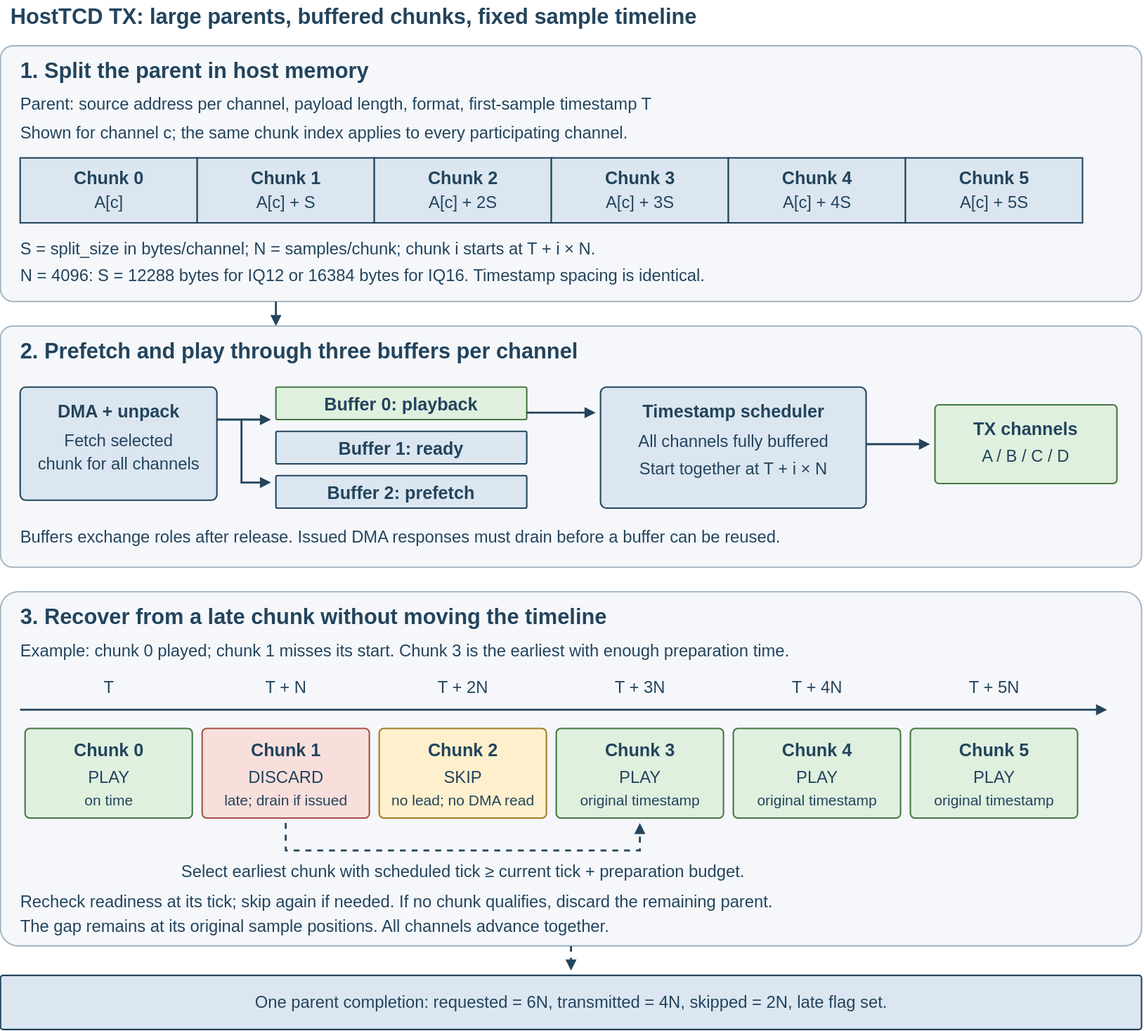
myriadrf/LimeDFB keeps this draw.io diagram as docs/docs/host_tcd_tx/images/host_tcd_tx_chunks.drawio.svg. Above is the earlier version. Source tidied: cells renumbered, new cells last; positions are measured from the earlier drawing's top-left corner, leaving out a move shared by most shapes.
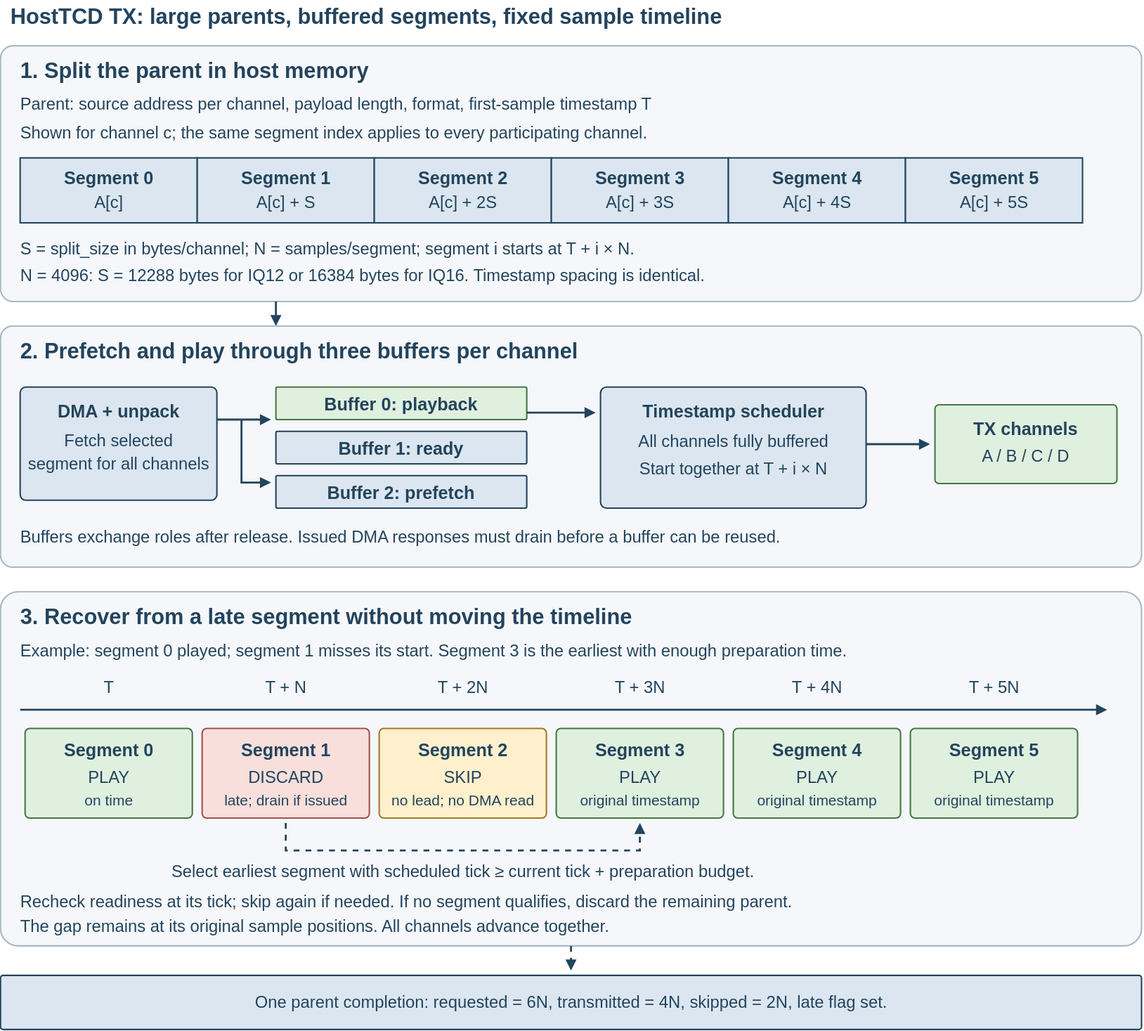
The same file after the commit.

Commit message:
docs: host_tcd_tx wip

Diff of the diagram source:
```diff
@@ -4,3 +4,3 @@
     <mxCell id="1" parent="0" />
-    <mxCell id="2" value="HostTCD TX: large parents, buffered chunks, fixed sample timeline" style="text;html=0;strokeColor=none;fillColor=none;align=left;verticalAlign=middle;whiteSpace=nowrap;overflow=visible;spacing=0;fontFamily=Helvetica;fontColor=#23445d;fontSize=22;fontStyle=1;" parent="1" vertex="1">
+    <mxCell id="2" value="HostTCD TX: large parents, buffered segments, fixed sample timeline" style="text;html=0;strokeColor=none;fillColor=none;align=left;verticalAlign=middle;whiteSpace=nowrap;overflow=visible;spacing=0;fontFamily=Helvetica;fontColor=#23445d;fontSize=22;fontStyle=1;" parent="1" vertex="1">
       <mxGeometry x="10" width="885" height="28" as="geometry" />
@@ -16,3 +16,3 @@
     </mxCell>
-    <mxCell id="6" value="Shown for channel c; the same chunk index applies to every participating channel." style="text;html=0;strokeColor=none;fillColor=none;align=left;verticalAlign=middle;whiteSpace=nowrap;overflow=visible;spacing=0;fontFamily=Helvetica;fontColor=#23445d;fontSize=17;fontStyle=0;" parent="1" vertex="1">
+    <mxCell id="6" value="Shown for channel c; the same segment index applies to every participating channel." style="text;html=0;strokeColor=none;fillColor=none;align=left;verticalAlign=middle;whiteSpace=nowrap;overflow=visible;spacing=0;fontFamily=Helvetica;fontColor=#23445d;fontSize=17;fontStyle=0;" parent="1" vertex="1">
       <mxGeometry x="20" y="121" width="852" height="23" as="geometry" />
@@ -22,3 +22,3 @@
     </mxCell>
-    <mxCell id="8" value="Chunk 0" style="text;html=0;strokeColor=none;fillColor=none;align=center;verticalAlign=middle;whiteSpace=nowrap;overflow=visible;spacing=0;fontFamily=Helvetica;fontColor=#23445d;fontSize=18;fontStyle=1;" parent="1" vertex="1">
+    <mxCell id="8" value="Segment 0" style="text;html=0;strokeColor=none;fillColor=none;align=center;verticalAlign=middle;whiteSpace=nowrap;overflow=visible;spacing=0;fontFamily=Helvetica;fontColor=#23445d;fontSize=18;fontStyle=1;" parent="1" vertex="1">
       <mxGeometry x="65.5" y="167" width="89" height="24" as="geometry" />
@@ -31,3 +31,3 @@
     </mxCell>
-    <mxCell id="11" value="Chunk 1" style="text;html=0;strokeColor=none;fillColor=none;align=center;verticalAlign=middle;whiteSpace=nowrap;overflow=visible;spacing=0;fontFamily=Helvetica;fontColor=#23445d;fontSize=18;fontStyle=1;" parent="1" vertex="1">
+    <mxCell id="11" value="Segment 1" style="text;html=0;strokeColor=none;fillColor=none;align=center;verticalAlign=middle;whiteSpace=nowrap;overflow=visible;spacing=0;fontFamily=Helvetica;fontColor=#23445d;fontSize=18;fontStyle=1;" parent="1" vertex="1">
       <mxGeometry x="245.5" y="167" width="89" height="24" as="geometry" />
@@ -40,3 +40,3 @@
     </mxCell>
-    <mxCell id="14" value="Chunk 2" style="text;html=0;strokeColor=none;fillColor=none;align=center;verticalAlign=middle;whiteSpace=nowrap;overflow=visible;spacing=0;fontFamily=Helvetica;fontColor=#23445d;fontSize=18;fontStyle=1;" parent="1" vertex="1">
+    <mxCell id="14" value="Segment 2" style="text;html=0;strokeColor=none;fillColor=none;align=center;verticalAlign=middle;whiteSpace=nowrap;overflow=visible;spacing=0;fontFamily=Helvetica;fontColor=#23445d;fontSize=18;fontStyle=1;" parent="1" vertex="1">
       <mxGeometry x="425.5" y="167" width="89" height="24" as="geometry" />
@@ -49,3 +49,3 @@
     </mxCell>
-    <mxCell id="17" value="Chunk 3" style="text;html=0;strokeColor=none;fillColor=none;align=center;verticalAlign=middle;whiteSpace=nowrap;overflow=visible;spacing=0;fontFamily=Helvetica;fontColor=#23445d;fontSize=18;fontStyle=1;" parent="1" vertex="1">
+    <mxCell id="17" value="Segment 3" style="text;html=0;strokeColor=none;fillColor=none;align=center;verticalAlign=middle;whiteSpace=nowrap;overflow=visible;spacing=0;fontFamily=Helvetica;fontColor=#23445d;fontSize=18;fontStyle=1;" parent="1" vertex="1">
       <mxGeometry x="605.5" y="167" width="89" height="24" as="geometry" />
@@ -58,3 +58,3 @@
     </mxCell>
-    <mxCell id="20" value="Chunk 4" style="text;html=0;strokeColor=none;fillColor=none;align=center;verticalAlign=middle;whiteSpace=nowrap;overflow=visible;spacing=0;fontFamily=Helvetica;fontColor=#23445d;fontSize=18;fontStyle=1;" parent="1" vertex="1">
+    <mxCell id="20" value="Segment 4" style="text;html=0;strokeColor=none;fillColor=none;align=center;verticalAlign=middle;whiteSpace=nowrap;overflow=visible;spacing=0;fontFamily=Helvetica;fontColor=#23445d;fontSize=18;fontStyle=1;" parent="1" vertex="1">
       <mxGeometry x="785.5" y="167" width="89" height="24" as="geometry" />
@@ -67,3 +67,3 @@
     </mxCell>
-    <mxCell id="23" value="Chunk 5" style="text;html=0;strokeColor=none;fillColor=none;align=center;verticalAlign=middle;whiteSpace=nowrap;overflow=visible;spacing=0;fontFamily=Helvetica;fontColor=#23445d;fontSize=18;fontStyle=1;" parent="1" vertex="1">
+    <mxCell id="23" value="Segment 5" style="text;html=0;strokeColor=none;fillColor=none;align=center;verticalAlign=middle;whiteSpace=nowrap;overflow=visible;spacing=0;fontFamily=Helvetica;fontColor=#23445d;fontSize=18;fontStyle=1;" parent="1" vertex="1">
       <mxGeometry x="965.5" y="167" width="89" height="24" as="geometry" />
@@ -73,3 +73,3 @@
     </mxCell>
-    <mxCell id="25" value="S = split_size in bytes/channel; N = samples/chunk; chunk i starts at T + i × N." style="text;html=0;strokeColor=none;fillColor=none;align=left;verticalAlign=middle;whiteSpace=nowrap;overflow=visible;spacing=0;fontFamily=Helvetica;fontColor=#23445d;fontSize=17;fontStyle=0;" parent="1" vertex="1">
+    <mxCell id="25" value="S = split_size in bytes/channel; N = samples/segment; segment i starts at T + i × N." style="text;html=0;strokeColor=none;fillColor=none;align=left;verticalAlign=middle;whiteSpace=nowrap;overflow=visible;spacing=0;fontFamily=Helvetica;fontColor=#23445d;fontSize=17;fontStyle=0;" parent="1" vertex="1">
       <mxGeometry x="20" y="239" width="842" height="23" as="geometry" />
@@ -100,3 +100,3 @@
     </mxCell>
-    <mxCell id="33" value="chunk for all channels" style="text;html=0;strokeColor=none;fillColor=none;align=center;verticalAlign=middle;whiteSpace=nowrap;overflow=visible;spacing=0;fontFamily=Helvetica;fontColor=#23445d;fontSize=17;fontStyle=0;" parent="1" vertex="1">
+    <mxCell id="33" value="segment for all channels" style="text;html=0;strokeColor=none;fillColor=none;align=center;verticalAlign=middle;whiteSpace=nowrap;overflow=visible;spacing=0;fontFamily=Helvetica;fontColor=#23445d;fontSize=17;fontStyle=0;" parent="1" vertex="1">
       <mxGeometry x="-0.5" y="458" width="241" height="23" as="geometry" />
@@ -169,6 +169,6 @@
     </mxCell>
-    <mxCell id="51" value="3. Recover from a late chunk without moving the timeline" style="text;html=0;strokeColor=none;fillColor=none;align=left;verticalAlign=middle;whiteSpace=nowrap;overflow=visible;spacing=0;fontFamily=Helvetica;fontColor=#23445d;fontSize=22;fontStyle=1;" parent="1" vertex="1">
+    <mxCell id="51" value="3. Recover from a late segment without moving the timeline" style="text;html=0;strokeColor=none;fillColor=none;align=left;verticalAlign=middle;whiteSpace=nowrap;overflow=visible;spacing=0;fontFamily=Helvetica;fontColor=#23445d;fontSize=22;fontStyle=1;" parent="1" vertex="1">
       <mxGeometry x="20" y="610" width="764" height="28" as="geometry" />
     </mxCell>
-    <mxCell id="52" value="Example: chunk 0 played; chunk 1 misses its start. Chunk 3 is the earliest with enough preparation time." style="text;html=0;strokeColor=none;fillColor=none;align=left;verticalAlign=middle;whiteSpace=nowrap;overflow=visible;spacing=0;fontFamily=Helvetica;fontColor=#23445d;fontSize=17;fontStyle=0;" parent="1" vertex="1">
+    <mxCell id="52" value="Example: segment 0 played; segment 1 misses its start. Segment 3 is the earliest with enough preparation time." style="text;html=0;strokeColor=none;fillColor=none;align=left;verticalAlign=middle;whiteSpace=nowrap;overflow=visible;spacing=0;fontFamily=Helvetica;fontColor=#23445d;fontSize=17;fontStyle=0;" parent="1" vertex="1">
       <mxGeometry x="20" y="648" width="1091" height="23" as="geometry" />
@@ -202,3 +202,3 @@
     </mxCell>
-    <mxCell id="61" value="Chunk 0" style="text;html=0;strokeColor=none;fillColor=none;align=center;verticalAlign=middle;whiteSpace=nowrap;overflow=visible;spacing=0;fontFamily=Helvetica;fontColor=#23445d;fontSize=18;fontStyle=1;" parent="1" vertex="1">
+    <mxCell id="61" value="Segment 0" style="text;html=0;strokeColor=none;fillColor=none;align=center;verticalAlign=middle;whiteSpace=nowrap;overflow=visible;spacing=0;fontFamily=Helvetica;fontColor=#23445d;fontSize=18;fontStyle=1;" parent="1" vertex="1">
       <mxGeometry x="65.5" y="748" width="89" height="24" as="geometry" />
@@ -214,3 +214,3 @@
     </mxCell>
-    <mxCell id="65" value="Chunk 1" style="text;html=0;strokeColor=none;fillColor=none;align=center;verticalAlign=middle;whiteSpace=nowrap;overflow=visible;spacing=0;fontFamily=Helvetica;fontColor=#23445d;fontSize=18;fontStyle=1;" parent="1" vertex="1">
+    <mxCell id="65" value="Segment 1" style="text;html=0;strokeColor=none;fillColor=none;align=center;verticalAlign=middle;whiteSpace=nowrap;overflow=visible;spacing=0;fontFamily=Helvetica;fontColor=#23445d;fontSize=18;fontStyle=1;" parent="1" vertex="1">
       <mxGeometry x="245.5" y="748" width="89" height="24" as="geometry" />
@@ -226,3 +226,3 @@
     </mxCell>
-    <mxCell id="69" value="Chunk 2" style="text;html=0;strokeColor=none;fillColor=none;align=center;verticalAlign=middle;whiteSpace=nowrap;overflow=visible;spacing=0;fontFamily=Helvetica;fontColor=#23445d;fontSize=18;fontStyle=1;" parent="1" vertex="1">
+    <mxCell id="69" value="Segment 2" style="text;html=0;strokeColor=none;fillColor=none;align=center;verticalAlign=middle;whiteSpace=nowrap;overflow=visible;spacing=0;fontFamily=Helvetica;fontColor=#23445d;fontSize=18;fontStyle=1;" parent="1" vertex="1">
       <mxGeometry x="425.5" y="748" width="89" height="24" as="geometry" />
@@ -238,3 +238,3 @@
     </mxCell>
-    <mxCell id="73" value="Chunk 3" style="text;html=0;strokeColor=none;fillColor=none;align=center;verticalAlign=middle;whiteSpace=nowrap;overflow=visible;spacing=0;fontFamily=Helvetica;fontColor=#23445d;fontSize=18;fontStyle=1;" parent="1" vertex="1">
+    <mxCell id="73" value="Segment 3" style="text;html=0;strokeColor=none;fillColor=none;align=center;verticalAlign=middle;whiteSpace=nowrap;overflow=visible;spacing=0;fontFamily=Helvetica;fontColor=#23445d;fontSize=18;fontStyle=1;" parent="1" vertex="1">
       <mxGeometry x="605.5" y="748" width="89" height="24" as="geometry" />
@@ -250,3 +250,3 @@
     </mxCell>
-    <mxCell id="77" value="Chunk 4" style="text;html=0;strokeColor=none;fillColor=none;align=center;verticalAlign=middle;whiteSpace=nowrap;overflow=visible;spacing=0;fontFamily=Helvetica;fontColor=#23445d;fontSize=18;fontStyle=1;" parent="1" vertex="1">
+    <mxCell id="77" value="Segment 4" style="text;html=0;strokeColor=none;fillColor=none;align=center;verticalAlign=middle;whiteSpace=nowrap;overflow=visible;spacing=0;fontFamily=Helvetica;fontColor=#23445d;fontSize=18;fontStyle=1;" parent="1" vertex="1">
       <mxGeometry x="785.5" y="748" width="89" height="24" as="geometry" />
@@ -262,3 +262,3 @@
     </mxCell>
-    <mxCell id="81" value="Chunk 5" style="text;html=0;strokeColor=none;fillColor=none;align=center;verticalAlign=middle;whiteSpace=nowrap;overflow=visible;spacing=0;fontFamily=Helvetica;fontColor=#23445d;fontSize=18;fontStyle=1;" parent="1" vertex="1">
+    <mxCell id="81" value="Segment 5" style="text;html=0;strokeColor=none;fillColor=none;align=center;verticalAlign=middle;whiteSpace=nowrap;overflow=visible;spacing=0;fontFamily=Helvetica;fontColor=#23445d;fontSize=18;fontStyle=1;" parent="1" vertex="1">
       <mxGeometry x="965.5" y="748" width="89" height="24" as="geometry" />
@@ -281,6 +281,6 @@
     </mxCell>
-    <mxCell id="85" value="Select earliest chunk with scheduled tick ≥ current tick + preparation budget." style="text;html=0;strokeColor=none;fillColor=none;align=center;verticalAlign=middle;whiteSpace=nowrap;overflow=visible;spacing=0;fontFamily=Helvetica;fontColor=#23445d;fontSize=17;fontStyle=0;" parent="1" vertex="1">
+    <mxCell id="85" value="Select earliest segment with scheduled tick ≥ current tick + preparation budget." style="text;html=0;strokeColor=none;fillColor=none;align=center;verticalAlign=middle;whiteSpace=nowrap;overflow=visible;spacing=0;fontFamily=Helvetica;fontColor=#23445d;fontSize=17;fontStyle=0;" parent="1" vertex="1">
       <mxGeometry x="59.5" y="872" width="821" height="23" as="geometry" />
     </mxCell>
-    <mxCell id="86" value="Recheck readiness at its tick; skip again if needed. If no chunk qualifies, discard the remaining parent." style="text;html=0;strokeColor=none;fillColor=none;align=left;verticalAlign=middle;whiteSpace=nowrap;overflow=visible;spacing=0;fontFamily=Helvetica;fontColor=#23445d;fontSize=17;fontStyle=0;" parent="1" vertex="1">
+    <mxCell id="86" value="Recheck readiness at its tick; skip again if needed. If no segment qualifies, discard the remaining parent." style="text;html=0;strokeColor=none;fillColor=none;align=left;verticalAlign=middle;whiteSpace=nowrap;overflow=visible;spacing=0;fontFamily=Helvetica;fontColor=#23445d;fontSize=17;fontStyle=0;" parent="1" vertex="1">
       <mxGeometry x="20" y="903" width="1101" height="23" as="geometry" />
```
